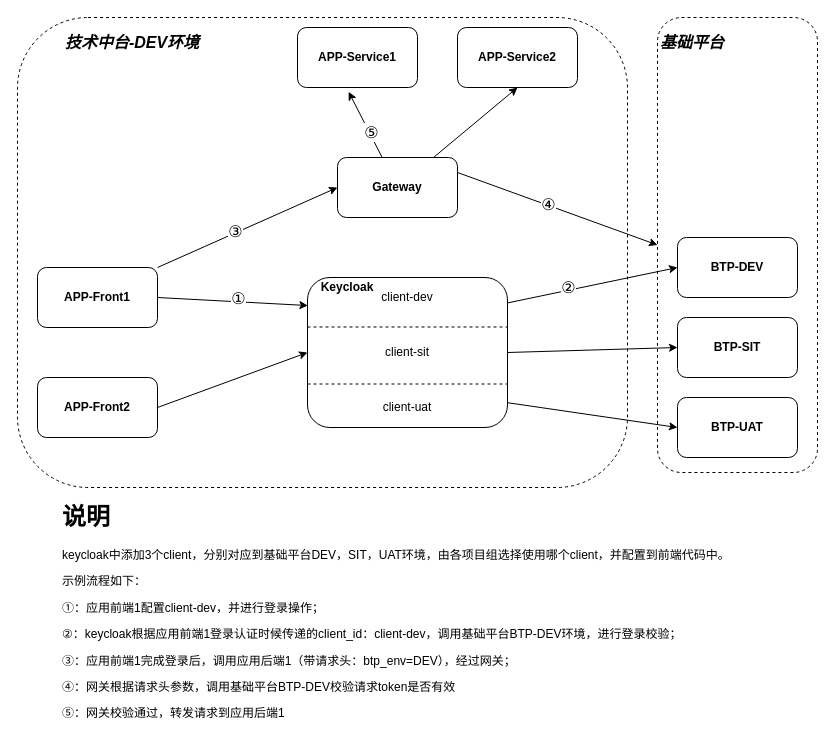
This is envswitch.drawio from hmj040812/hao, a draw.io file, before an edit. Source tidied: cells renumbered, new cells numbered last; positions are measured from the earlier drawing's top-left corner, leaving out a move shared by most shapes. Both pictures are drawn from the tidied source at 100%, with x=0, y=0 at pixel (17, 17).
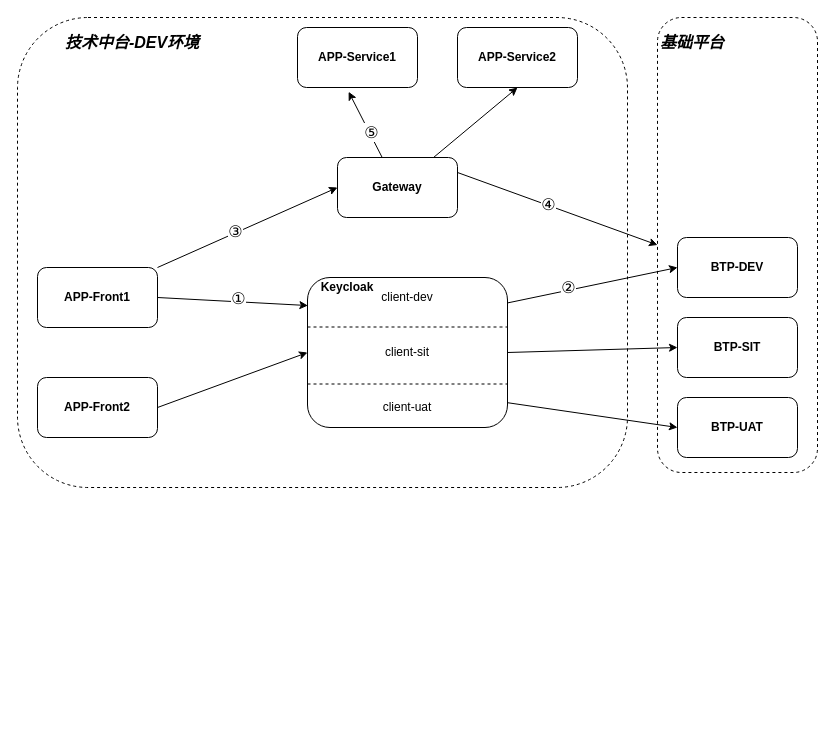
The same page after the edit.

What changed in the source:
```diff
@@
-    <mxCell id="31" value="&lt;h1&gt;说明&lt;/h1&gt;&lt;p&gt;keycloak中添加3个client，分别对应到基础平台DEV，SIT，UAT环境，由各项目组选择使用哪个client，并配置到前端代码中。&lt;/p&gt;&lt;p&gt;示例流程如下：&lt;/p&gt;&lt;p&gt;①：应用前端1配置client-dev，并进行登录操作；&lt;/p&gt;&lt;p&gt;②：keycloak根据应用前端1登录认证时候传递的client_id：client-dev，调用基础平台BTP-DEV环境，进行登录校验；&lt;/p&gt;&lt;p&gt;③：应用前端1完成登录后，调用应用后端1（带请求头：btp_env=DEV），经过网关；&lt;/p&gt;&lt;p&gt;④：网关根据请求头参数，调用基础平台BTP-DEV校验请求token是否有效&lt;/p&gt;&lt;p&gt;⑤：网关校验通过，转发请求到应用后端1&lt;/p&gt;" style="text;html=1;strokeColor=none;fillColor=none;spacing=5;spacingTop=-20;whiteSpace=wrap;overflow=hidden;rounded=0;align=left;" parent="1" vertex="1">
-      <mxGeometry x="40" y="480" width="700" height="230" as="geometry" />
-    </mxCell>
```
